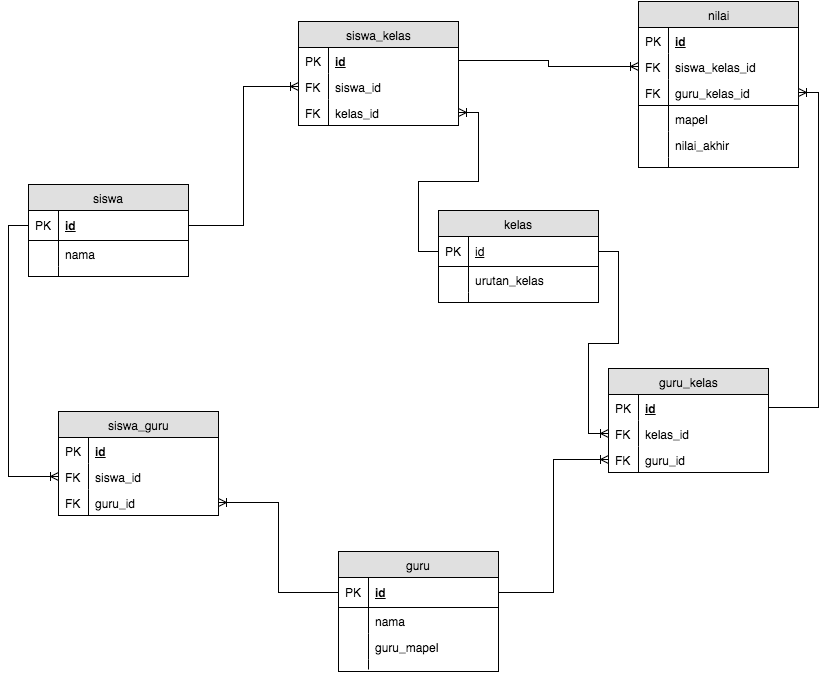
The draw.io diagram schema_university_course.png in blanford-fox-2016/schema-university-course, before a commit. Source tidied: cells renumbered, new cells last; positions are measured from the earlier drawing's top-left corner, leaving out a move shared by most shapes.
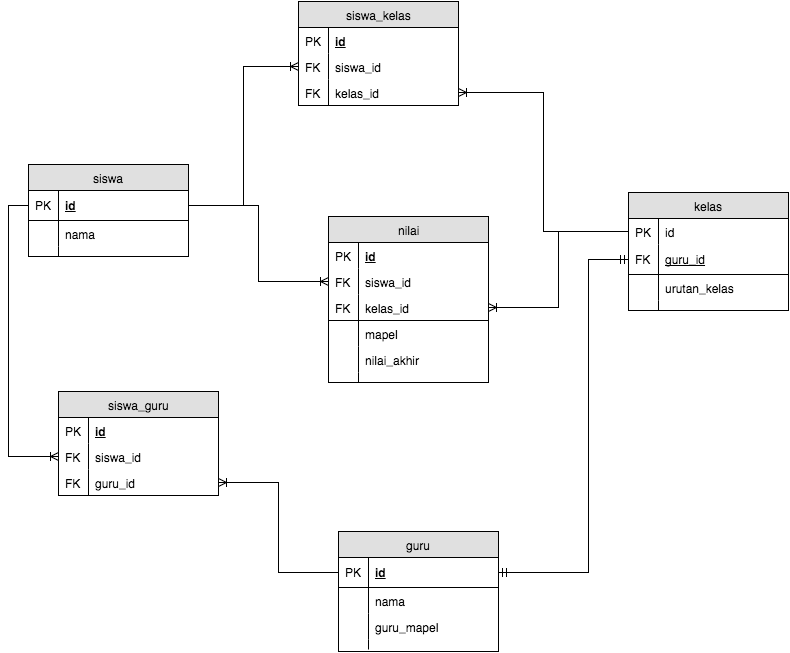
Later version of the same file.

Commit message:
schema univ revisi

Change to the diagram source:
```diff
@@ -24,22 +24,28 @@
       <mxGeometry width="30" height="10" as="geometry" />
     </mxCell>
     <mxCell id="9" value="kelas" style="swimlane;html=1;fontStyle=0;horizontal=1;startSize=26;fillColor=#e0e0e0;swimlaneFillColor=#ffffff;align=center;" parent="1" vertex="1">
-      <mxGeometry x="410" y="209" width="160" height="92" as="geometry" />
+      <mxGeometry x="600" y="211" width="160" height="118" as="geometry" />
     </mxCell>
+    <mxCell id="66" value="id" style="shape=partialRectangle;top=0;left=0;right=0;bottom=0;html=1;align=left;verticalAlign=top;fillColor=none;spacingLeft=34;spacingRight=4;whiteSpace=wrap;overflow=hidden;points=[[0,0.5],[1,0.5]];portConstraint=eastwest;" parent="9" vertex="1">
+      <mxGeometry y="26" width="160" height="26" as="geometry" />
+    </mxCell>
+    <mxCell id="34" value="PK" style="shape=partialRectangle;top=0;left=0;bottom=0;html=1;fillColor=none;align=left;verticalAlign=top;spacingLeft=4;spacingRight=4;whiteSpace=wrap;overflow=hidden;" parent="66" vertex="1">
+      <mxGeometry width="30" height="26" as="geometry" />
+    </mxCell>
-    <mxCell id="10" value="&lt;span style=&quot;font-weight: normal&quot;&gt;id&lt;/span&gt;" style="shape=partialRectangle;top=0;left=0;right=0;bottom=1;html=1;align=left;verticalAlign=middle;fillColor=none;spacingLeft=34;spacingRight=4;whiteSpace=wrap;overflow=hidden;points=[[0,0.5],[1,0.5]];portConstraint=eastwest;fontStyle=5;" parent="9" vertex="1">
-      <mxGeometry y="26" width="160" height="30" as="geometry" />
+    <mxCell id="10" value="&lt;span style=&quot;font-weight: normal&quot;&gt;guru_id&lt;/span&gt;" style="shape=partialRectangle;top=0;left=0;right=0;bottom=1;html=1;align=left;verticalAlign=middle;fillColor=none;spacingLeft=34;spacingRight=4;whiteSpace=wrap;overflow=hidden;points=[[0,0.5],[1,0.5]];portConstraint=eastwest;fontStyle=5;" parent="9" vertex="1">
+      <mxGeometry y="52" width="160" height="30" as="geometry" />
     </mxCell>
-    <mxCell id="11" value="PK" style="shape=partialRectangle;top=0;left=0;bottom=0;html=1;fillColor=none;align=left;verticalAlign=middle;spacingLeft=4;spacingRight=4;whiteSpace=wrap;overflow=hidden;" parent="10" vertex="1">
+    <mxCell id="11" value="FK" style="shape=partialRectangle;top=0;left=0;bottom=0;html=1;fillColor=none;align=left;verticalAlign=middle;spacingLeft=4;spacingRight=4;whiteSpace=wrap;overflow=hidden;" parent="10" vertex="1">
       <mxGeometry width="30" height="30" as="geometry" />
     </mxCell>
     <mxCell id="12" value="urutan_kelas" style="shape=partialRectangle;top=0;left=0;right=0;bottom=0;html=1;align=left;verticalAlign=top;fillColor=none;spacingLeft=34;spacingRight=4;whiteSpace=wrap;overflow=hidden;" parent="9" vertex="1">
-      <mxGeometry y="56" width="160" height="26" as="geometry" />
+      <mxGeometry y="82" width="160" height="26" as="geometry" />
     </mxCell>
     <mxCell id="13" style="shape=partialRectangle;top=0;left=0;bottom=0;html=1;fillColor=none;align=left;verticalAlign=top;spacingLeft=4;spacingRight=4;whiteSpace=wrap;overflow=hidden;" parent="12" vertex="1">
       <mxGeometry width="30" height="26" as="geometry" />
     </mxCell>
     <mxCell id="14" style="shape=partialRectangle;top=0;left=0;right=0;bottom=0;html=1;align=left;verticalAlign=top;fillColor=none;spacingLeft=34;spacingRight=4;whiteSpace=wrap;overflow=hidden;" parent="9" vertex="1">
-      <mxGeometry y="82" width="160" height="10" as="geometry" />
+      <mxGeometry y="108" width="160" height="10" as="geometry" />
     </mxCell>
     <mxCell id="15" style="shape=partialRectangle;top=0;left=0;bottom=0;html=1;fillColor=none;align=left;verticalAlign=top;spacingLeft=4;spacingRight=4;whiteSpace=wrap;overflow=hidden;" parent="14" vertex="1">
       <mxGeometry width="30" height="10" as="geometry" />
@@ -92,27 +98,6 @@
     <mxCell id="31" value="FK" style="shape=partialRectangle;top=0;left=0;bottom=0;html=1;fillColor=none;align=left;verticalAlign=top;spacingLeft=4;spacingRight=4;whiteSpace=wrap;overflow=hidden;" parent="30" vertex="1">
       <mxGeometry width="30" height="26" as="geometry" />
     </mxCell>
-    <mxCell id="32" value="guru_kelas" style="swimlane;html=1;fontStyle=0;horizontal=1;startSize=26;fillColor=#e0e0e0;swimlaneFillColor=#ffffff;align=center;" parent="1" vertex="1">
-      <mxGeometry x="580" y="367" width="160" height="104" as="geometry" />
-    </mxCell>
-    <mxCell id="33" value="&lt;b&gt;&lt;u&gt;id&lt;/u&gt;&lt;/b&gt;" style="shape=partialRectangle;top=0;left=0;right=0;bottom=0;html=1;align=left;verticalAlign=top;fillColor=none;spacingLeft=34;spacingRight=4;whiteSpace=wrap;overflow=hidden;points=[[0,0.5],[1,0.5]];portConstraint=eastwest;" parent="32" vertex="1">
-      <mxGeometry y="26" width="160" height="26" as="geometry" />
-    </mxCell>
-    <mxCell id="34" value="PK" style="shape=partialRectangle;top=0;left=0;bottom=0;html=1;fillColor=none;align=left;verticalAlign=top;spacingLeft=4;spacingRight=4;whiteSpace=wrap;overflow=hidden;" parent="33" vertex="1">
-      <mxGeometry width="30" height="26" as="geometry" />
-    </mxCell>
-    <mxCell id="35" value="kelas_id" style="shape=partialRectangle;top=0;left=0;right=0;bottom=0;html=1;align=left;verticalAlign=top;fillColor=none;spacingLeft=34;spacingRight=4;whiteSpace=wrap;overflow=hidden;points=[[0,0.5],[1,0.5]];portConstraint=eastwest;" parent="32" vertex="1">
-      <mxGeometry y="52" width="160" height="26" as="geometry" />
-    </mxCell>
-    <mxCell id="36" value="FK" style="shape=partialRectangle;top=0;left=0;bottom=0;html=1;fillColor=none;align=left;verticalAlign=top;spacingLeft=4;spacingRight=4;whiteSpace=wrap;overflow=hidden;" parent="35" vertex="1">
-      <mxGeometry width="30" height="26" as="geometry" />
-    </mxCell>
-    <mxCell id="37" value="guru_id" style="shape=partialRectangle;top=0;left=0;right=0;bottom=0;html=1;align=left;verticalAlign=top;fillColor=none;spacingLeft=34;spacingRight=4;whiteSpace=wrap;overflow=hidden;points=[[0,0.5],[1,0.5]];portConstraint=eastwest;" parent="32" vertex="1">
-      <mxGeometry y="78" width="160" height="26" as="geometry" />
-    </mxCell>
-    <mxCell id="38" value="FK" style="shape=partialRectangle;top=0;left=0;bottom=0;html=1;fillColor=none;align=left;verticalAlign=top;spacingLeft=4;spacingRight=4;whiteSpace=wrap;overflow=hidden;" parent="37" vertex="1">
-      <mxGeometry width="30" height="26" as="geometry" />
-    </mxCell>
     <mxCell id="39" style="edgeStyle=orthogonalEdgeStyle;rounded=0;html=1;exitX=1;exitY=0.5;entryX=0;entryY=0.5;startArrow=none;startFill=0;endArrow=ERoneToMany;endFill=0;jettySize=auto;" parent="1" edge="1" source="3" target="28">
       <mxGeometry relative="1" as="geometry">
         <Array as="points">
@@ -151,7 +136,7 @@
       </mxGeometry>
     </mxCell>
     <mxCell id="48" value="nilai" style="swimlane;html=1;fontStyle=0;horizontal=1;startSize=26;fillColor=#e0e0e0;swimlaneFillColor=#ffffff;align=center;" parent="1" vertex="1">
-      <mxGeometry x="610" width="160" height="166" as="geometry" />
+      <mxGeometry x="300" y="235" width="160" height="166" as="geometry" />
     </mxCell>
     <mxCell id="49" value="&lt;u&gt;&lt;b&gt;id&lt;/b&gt;&lt;/u&gt;" style="shape=partialRectangle;top=0;left=0;right=0;bottom=0;html=1;align=left;verticalAlign=top;fillColor=none;spacingLeft=34;spacingRight=4;whiteSpace=wrap;overflow=hidden;" parent="48" vertex="1">
       <mxGeometry y="26" width="160" height="26" as="geometry" />
@@ -159,13 +144,13 @@
     <mxCell id="50" value="PK" style="shape=partialRectangle;top=0;left=0;bottom=0;html=1;fillColor=none;align=left;verticalAlign=top;spacingLeft=4;spacingRight=4;whiteSpace=wrap;overflow=hidden;" parent="49" vertex="1">
       <mxGeometry width="30" height="26" as="geometry" />
     </mxCell>
-    <mxCell id="51" value="siswa_kelas_id" style="shape=partialRectangle;top=0;left=0;right=0;bottom=0;html=1;align=left;verticalAlign=top;fillColor=none;spacingLeft=34;spacingRight=4;whiteSpace=wrap;overflow=hidden;points=[[0,0.5],[1,0.5]];portConstraint=eastwest;" parent="48" vertex="1">
+    <mxCell id="51" value="siswa_id" style="shape=partialRectangle;top=0;left=0;right=0;bottom=0;html=1;align=left;verticalAlign=top;fillColor=none;spacingLeft=34;spacingRight=4;whiteSpace=wrap;overflow=hidden;points=[[0,0.5],[1,0.5]];portConstraint=eastwest;" parent="48" vertex="1">
       <mxGeometry y="52" width="160" height="26" as="geometry" />
     </mxCell>
     <mxCell id="52" value="FK" style="shape=partialRectangle;top=0;left=0;bottom=0;html=1;fillColor=none;align=left;verticalAlign=top;spacingLeft=4;spacingRight=4;whiteSpace=wrap;overflow=hidden;" parent="51" vertex="1">
       <mxGeometry width="30" height="26" as="geometry" />
     </mxCell>
-    <mxCell id="53" value="guru_kelas_id" style="shape=partialRectangle;top=0;left=0;right=0;bottom=1;html=1;align=left;verticalAlign=top;fillColor=none;spacingLeft=34;spacingRight=4;whiteSpace=wrap;overflow=hidden;points=[[0,0.5],[1,0.5]];portConstraint=eastwest;" parent="48" vertex="1">
+    <mxCell id="53" value="kelas_id" style="shape=partialRectangle;top=0;left=0;right=0;bottom=1;html=1;align=left;verticalAlign=top;fillColor=none;spacingLeft=34;spacingRight=4;whiteSpace=wrap;overflow=hidden;points=[[0,0.5],[1,0.5]];portConstraint=eastwest;" parent="48" vertex="1">
       <mxGeometry y="78" width="160" height="26" as="geometry" />
     </mxCell>
     <mxCell id="54" value="FK" style="shape=partialRectangle;top=0;left=0;bottom=0;html=1;fillColor=none;align=left;verticalAlign=top;spacingLeft=4;spacingRight=4;whiteSpace=wrap;overflow=hidden;" parent="53" vertex="1">
@@ -192,20 +177,22 @@
     <mxCell id="61" style="edgeStyle=orthogonalEdgeStyle;rounded=0;html=1;exitX=0;exitY=0.5;entryX=0;entryY=0.5;startArrow=none;startFill=0;endArrow=ERoneToMany;endFill=0;jettySize=auto;" parent="1" edge="1" source="3" target="43">
       <mxGeometry relative="1" as="geometry" />
     </mxCell>
-    <mxCell id="62" style="edgeStyle=orthogonalEdgeStyle;rounded=0;html=1;exitX=0;exitY=0.5;entryX=1;entryY=0.5;startArrow=none;startFill=0;endArrow=ERoneToMany;endFill=0;jettySize=auto;" parent="1" edge="1" source="10" target="30">
-      <mxGeometry relative="1" as="geometry" />
-    </mxCell>
-    <mxCell id="63" style="edgeStyle=orthogonalEdgeStyle;rounded=0;html=1;exitX=1;exitY=0.5;entryX=0;entryY=0.5;startArrow=none;startFill=0;endArrow=ERoneToMany;endFill=0;jettySize=auto;" parent="1" edge="1" source="10" target="35">
-      <mxGeometry relative="1" as="geometry" />
-    </mxCell>
-    <mxCell id="64" style="edgeStyle=orthogonalEdgeStyle;rounded=0;html=1;exitX=1;exitY=0.5;entryX=0;entryY=0.5;startArrow=none;startFill=0;endArrow=ERoneToMany;endFill=0;jettySize=auto;" parent="1" edge="1" source="17" target="37">
-      <mxGeometry relative="1" as="geometry" />
-    </mxCell>
-    <mxCell id="65" style="edgeStyle=orthogonalEdgeStyle;rounded=0;html=1;exitX=1;exitY=0.5;entryX=0;entryY=0.5;startArrow=none;startFill=0;endArrow=ERoneToMany;endFill=0;jettySize=auto;" parent="1" edge="1" source="26" target="51">
-      <mxGeometry relative="1" as="geometry" />
-    </mxCell>
-    <mxCell id="66" style="edgeStyle=orthogonalEdgeStyle;rounded=0;html=1;exitX=1;exitY=0.5;entryX=1;entryY=0.5;startArrow=none;startFill=0;endArrow=ERoneToMany;endFill=0;jettySize=auto;" parent="1" edge="1" source="33" target="53">
-      <mxGeometry relative="1" as="geometry" />
-    </mxCell>
+    <mxCell id="67" style="edgeStyle=orthogonalEdgeStyle;rounded=0;html=1;exitX=1;exitY=0.5;entryX=0;entryY=0.5;startArrow=ERmandOne;startFill=0;endArrow=ERmandOne;endFill=0;jettySize=auto;" parent="1" edge="1" source="17" target="10">
+      <mxGeometry relative="1" as="geometry">
+        <Array as="points">
+          <mxPoint x="560" y="591" />
+          <mxPoint x="560" y="278" />
+        </Array>
+      </mxGeometry>
+    </mxCell>
+    <mxCell id="68" style="edgeStyle=orthogonalEdgeStyle;rounded=0;html=1;exitX=0;exitY=0.5;entryX=1;entryY=0.5;startArrow=none;startFill=0;endArrow=ERoneToMany;endFill=0;jettySize=auto;" parent="1" edge="1" source="66" target="30">
+      <mxGeometry relative="1" as="geometry" />
+    </mxCell>
+    <mxCell id="69" style="edgeStyle=orthogonalEdgeStyle;rounded=0;html=1;exitX=1;exitY=0.5;entryX=0;entryY=0.5;startArrow=none;startFill=0;endArrow=ERoneToMany;endFill=0;jettySize=auto;" parent="1" edge="1" source="3" target="51">
+      <mxGeometry relative="1" as="geometry" />
+    </mxCell>
+    <mxCell id="70" style="edgeStyle=orthogonalEdgeStyle;rounded=0;html=1;exitX=0;exitY=0.5;entryX=1;entryY=0.5;startArrow=none;startFill=0;endArrow=ERoneToMany;endFill=0;jettySize=auto;" parent="1" edge="1" source="66" target="53">
+      <mxGeometry relative="1" as="geometry" />
+    </mxCell>
   </root>
 </mxGraphModel>
```
